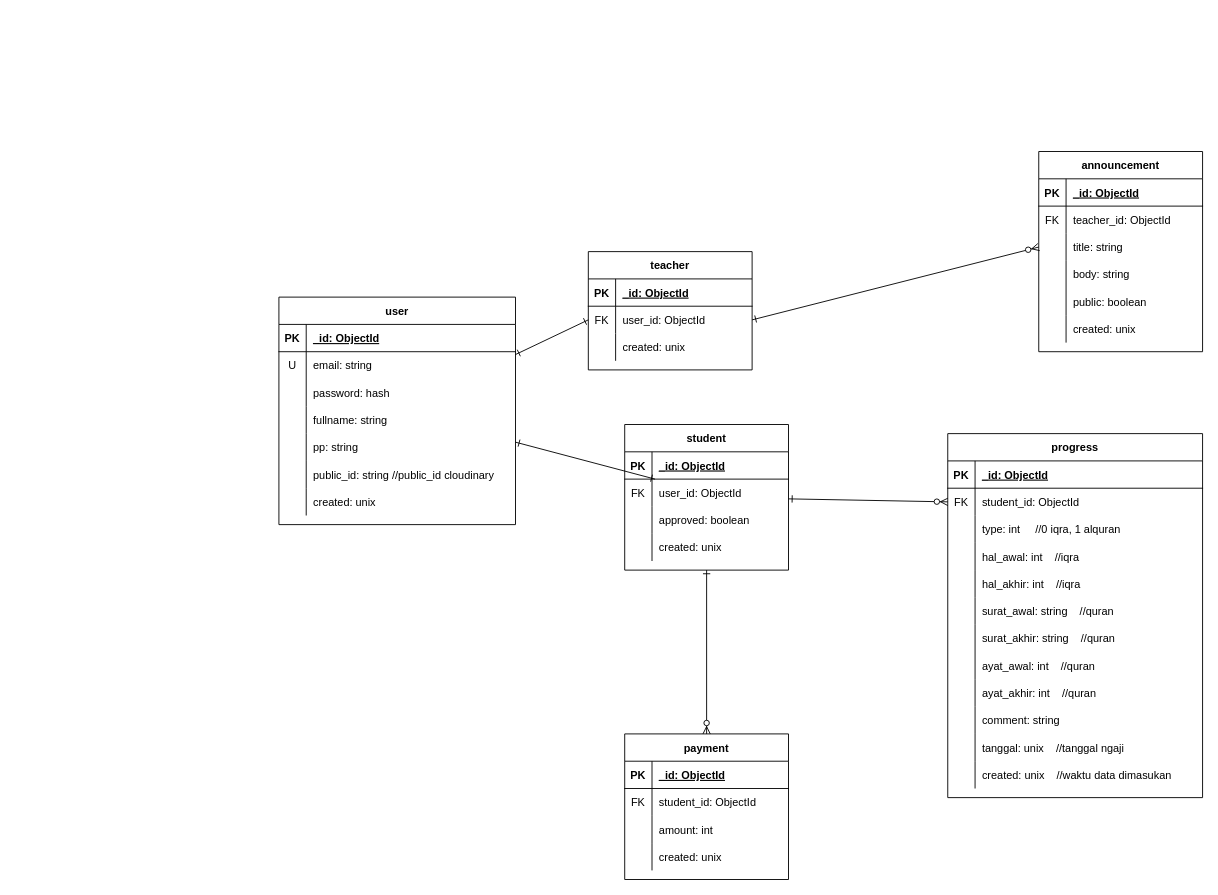
The draw.io diagram diagram/SIPEMA ERD.drawio in FarhanHP/SIPEMA, before the edit. Source tidied: cells renumbered, new cells numbered last; positions are measured from the earlier drawing's top-left corner, leaving out a move shared by most shapes. Both pictures are drawn from the tidied source at 91%, with x=0, y=0 at pixel (278, 151).
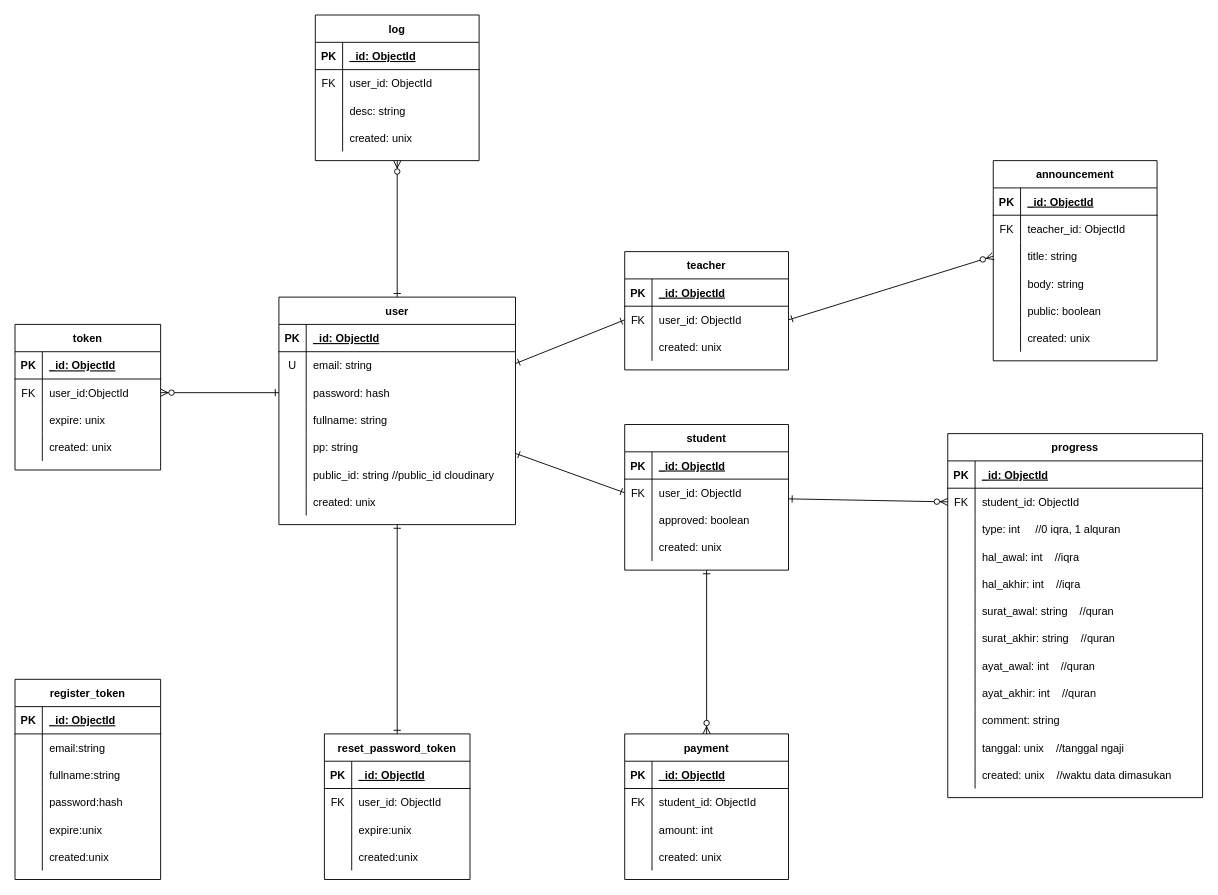
The same page after the edit.

The change refers to these unchanged cells:
```xml
<mxCell id="4" value="user" style="shape=table;startSize=30;childLayout=tableLayout;rowLines=0;fontStyle=1;align=center;" parent="1" vertex="1">
  <mxGeometry y="160" width="260" height="250" as="geometry" />
</mxCell>
<mxCell id="11" style="shape=partialRectangle;fillColor=none;top=0;left=0;bottom=0;right=0;points=[[0,0.5],[1,0.5]];portConstraint=eastwest;" parent="4" vertex="1">
  <mxGeometry y="90" width="260" height="30" as="geometry" />
</mxCell>
<mxCell id="42" style="shape=partialRectangle;fillColor=none;top=0;left=0;bottom=0;right=0;points=[[0,0.5],[1,0.5]];portConstraint=eastwest;" parent="38" vertex="1">
  <mxGeometry y="60" width="180" height="30" as="geometry" />
</mxCell>
```

What changed in the source:
```diff
@@
-    <mxCell id="3" style="rounded=0;jettySize=auto;html=1;startArrow=ERone;startFill=0;endArrow=ERone;endFill=0;" parent="1" edge="1" source="4" target="42">
+    <mxCell id="3" style="rounded=0;jettySize=auto;html=1;startArrow=ERone;startFill=0;endArrow=ERone;endFill=0;entryX=0;entryY=0.5;entryDx=0;entryDy=0;" parent="1" edge="1" source="4" target="42">
       <mxGeometry relative="1" as="geometry" />
     </mxCell>
+    <mxCell id="121" style="edgeStyle=orthogonalEdgeStyle;rounded=0;jettySize=auto;html=1;entryX=0.5;entryY=1;entryDx=0;entryDy=0;startArrow=ERone;startFill=0;endArrow=ERzeroToMany;endFill=1;" parent="1" edge="1" source="4" target="124">
+      <mxGeometry relative="1" as="geometry" />
+    </mxCell>
+    <mxCell id="122" style="edgeStyle=orthogonalEdgeStyle;rounded=0;jettySize=auto;html=1;entryX=1;entryY=0.5;entryDx=0;entryDy=0;startArrow=ERone;startFill=0;endArrow=ERzeroToMany;endFill=1;exitX=0;exitY=0.5;exitDx=0;exitDy=0;" parent="1" edge="1" source="11" target="141">
+      <mxGeometry relative="1" as="geometry" />
+    </mxCell>
+    <mxCell id="123" style="edgeStyle=orthogonalEdgeStyle;rounded=0;jettySize=auto;html=1;entryX=0.5;entryY=0;entryDx=0;entryDy=0;startArrow=ERone;startFill=0;endArrow=ERone;endFill=0;" parent="1" edge="1" source="4" target="169">
+      <mxGeometry relative="1" as="geometry" />
+    </mxCell>
@@
     <mxCell id="27" value="teacher" style="shape=table;startSize=30;childLayout=tableLayout;rowLines=0;fontStyle=1;align=center;" parent="1" vertex="1">
-      <mxGeometry x="340" y="110" width="180" height="130" as="geometry" />
+      <mxGeometry x="380" y="110" width="180" height="130" as="geometry" />
     </mxCell>
@@
     <mxCell id="51" value="announcement" style="shape=table;startSize=30;childLayout=tableLayout;rowLines=0;fontStyle=1;align=center;" parent="1" vertex="1">
-      <mxGeometry x="835" width="180" height="220" as="geometry" />
+      <mxGeometry x="785" y="10" width="180" height="220" as="geometry" />
     </mxCell>
@@
+    <mxCell id="124" value="log" style="shape=table;startSize=30;childLayout=tableLayout;rowLines=0;fontStyle=1;align=center;" parent="1" vertex="1">
+      <mxGeometry x="40" y="-150" width="180" height="160" as="geometry" />
+    </mxCell>
+    <mxCell id="125" style="shape=partialRectangle;fillColor=none;top=0;left=0;bottom=1;right=0;" parent="124" vertex="1">
+      <mxGeometry y="30" width="180" height="30" as="geometry" />
+    </mxCell>
+    <mxCell id="126" value="PK" style="shape=partialRectangle;fillColor=none;top=0;left=0;bottom=0;right=0;fontStyle=1;overflow=hidden;" parent="125" vertex="1">
+      <mxGeometry width="30" height="30" as="geometry" />
+    </mxCell>
+    <mxCell id="127" value="_id: ObjectId" style="shape=partialRectangle;fillColor=none;top=0;left=0;bottom=0;right=0;align=left;spacingLeft=6;fontStyle=5;overflow=hidden;" parent="125" vertex="1">
+      <mxGeometry x="30" width="150" height="30" as="geometry" />
+    </mxCell>
+    <mxCell id="128" style="shape=partialRectangle;fillColor=none;top=0;left=0;bottom=0;right=0;" parent="124" vertex="1">
+      <mxGeometry y="60" width="180" height="30" as="geometry" />
+    </mxCell>
+    <mxCell id="129" value="FK" style="shape=partialRectangle;fillColor=none;top=0;left=0;bottom=0;right=0;overflow=hidden;" parent="128" vertex="1">
+      <mxGeometry width="30" height="30" as="geometry" />
+    </mxCell>
+    <mxCell id="130" value="user_id: ObjectId" style="shape=partialRectangle;fillColor=none;top=0;left=0;bottom=0;right=0;align=left;spacingLeft=6;overflow=hidden;" parent="128" vertex="1">
+      <mxGeometry x="30" width="150" height="30" as="geometry" />
+    </mxCell>
+    <mxCell id="131" style="shape=partialRectangle;fillColor=none;top=0;left=0;bottom=0;right=0;" parent="124" vertex="1">
+      <mxGeometry y="90" width="180" height="30" as="geometry" />
+    </mxCell>
+    <mxCell id="132" style="shape=partialRectangle;fillColor=none;top=0;left=0;bottom=0;right=0;overflow=hidden;" parent="131" vertex="1">
+      <mxGeometry width="30" height="30" as="geometry" />
+    </mxCell>
+    <mxCell id="133" value="desc: string" style="shape=partialRectangle;fillColor=none;top=0;left=0;bottom=0;right=0;align=left;spacingLeft=6;overflow=hidden;" parent="131" vertex="1">
+      <mxGeometry x="30" width="150" height="30" as="geometry" />
+    </mxCell>
+    <mxCell id="134" style="shape=partialRectangle;fillColor=none;top=0;left=0;bottom=0;right=0;" parent="124" vertex="1">
+      <mxGeometry y="120" width="180" height="30" as="geometry" />
+    </mxCell>
+    <mxCell id="135" style="shape=partialRectangle;fillColor=none;top=0;left=0;bottom=0;right=0;overflow=hidden;" parent="134" vertex="1">
+      <mxGeometry width="30" height="30" as="geometry" />
+    </mxCell>
+    <mxCell id="136" value="created: unix" style="shape=partialRectangle;fillColor=none;top=0;left=0;bottom=0;right=0;align=left;spacingLeft=6;overflow=hidden;" parent="134" vertex="1">
+      <mxGeometry x="30" width="150" height="30" as="geometry" />
+    </mxCell>
+    <mxCell id="137" value="token" style="shape=table;startSize=30;childLayout=tableLayout;rowLines=0;fontStyle=1;align=center;" parent="1" vertex="1">
+      <mxGeometry x="-290" y="190" width="160" height="160" as="geometry" />
+    </mxCell>
+    <mxCell id="138" style="shape=partialRectangle;fillColor=none;top=0;left=0;bottom=1;right=0;" parent="137" vertex="1">
+      <mxGeometry y="30" width="160" height="30" as="geometry" />
+    </mxCell>
+    <mxCell id="139" value="PK" style="shape=partialRectangle;fillColor=none;top=0;left=0;bottom=0;right=0;fontStyle=1;overflow=hidden;" parent="138" vertex="1">
+      <mxGeometry width="30" height="30" as="geometry" />
+    </mxCell>
+    <mxCell id="140" value="_id: ObjectId" style="shape=partialRectangle;fillColor=none;top=0;left=0;bottom=0;right=0;align=left;spacingLeft=6;fontStyle=5;overflow=hidden;" parent="138" vertex="1">
+      <mxGeometry x="30" width="130" height="30" as="geometry" />
+    </mxCell>
+    <mxCell id="141" style="shape=partialRectangle;fillColor=none;top=0;left=0;bottom=0;right=0;points=[[0,0.5],[1,0.5]];portConstraint=eastwest;" parent="137" vertex="1">
+      <mxGeometry y="60" width="160" height="30" as="geometry" />
+    </mxCell>
+    <mxCell id="142" value="FK" style="shape=partialRectangle;fillColor=none;top=0;left=0;bottom=0;right=0;overflow=hidden;" parent="141" vertex="1">
+      <mxGeometry width="30" height="30" as="geometry" />
+    </mxCell>
+    <mxCell id="143" value="user_id:ObjectId" style="shape=partialRectangle;fillColor=none;top=0;left=0;bottom=0;right=0;align=left;spacingLeft=6;overflow=hidden;" parent="141" vertex="1">
+      <mxGeometry x="30" width="130" height="30" as="geometry" />
+    </mxCell>
+    <mxCell id="144" style="shape=partialRectangle;fillColor=none;top=0;left=0;bottom=0;right=0;" parent="137" vertex="1">
+      <mxGeometry y="90" width="160" height="30" as="geometry" />
+    </mxCell>
+    <mxCell id="145" style="shape=partialRectangle;fillColor=none;top=0;left=0;bottom=0;right=0;overflow=hidden;" parent="144" vertex="1">
+      <mxGeometry width="30" height="30" as="geometry" />
+    </mxCell>
+    <mxCell id="146" value="expire: unix" style="shape=partialRectangle;fillColor=none;top=0;left=0;bottom=0;right=0;align=left;spacingLeft=6;overflow=hidden;" parent="144" vertex="1">
+      <mxGeometry x="30" width="130" height="30" as="geometry" />
+    </mxCell>
+    <mxCell id="147" style="shape=partialRectangle;fillColor=none;top=0;left=0;bottom=0;right=0;" parent="137" vertex="1">
+      <mxGeometry y="120" width="160" height="30" as="geometry" />
+    </mxCell>
+    <mxCell id="148" style="shape=partialRectangle;fillColor=none;top=0;left=0;bottom=0;right=0;overflow=hidden;" parent="147" vertex="1">
+      <mxGeometry width="30" height="30" as="geometry" />
+    </mxCell>
+    <mxCell id="149" value="created: unix" style="shape=partialRectangle;fillColor=none;top=0;left=0;bottom=0;right=0;align=left;spacingLeft=6;overflow=hidden;" parent="147" vertex="1">
+      <mxGeometry x="30" width="130" height="30" as="geometry" />
+    </mxCell>
+    <mxCell id="150" value="register_token" style="shape=table;startSize=30;childLayout=tableLayout;rowLines=0;fontStyle=1;align=center;" parent="1" vertex="1">
+      <mxGeometry x="-290" y="580" width="160" height="220" as="geometry" />
+    </mxCell>
+    <mxCell id="151" style="shape=partialRectangle;fillColor=none;top=0;left=0;bottom=1;right=0;" parent="150" vertex="1">
+      <mxGeometry y="30" width="160" height="30" as="geometry" />
+    </mxCell>
+    <mxCell id="152" value="PK" style="shape=partialRectangle;fillColor=none;top=0;left=0;bottom=0;right=0;fontStyle=1;overflow=hidden;" parent="151" vertex="1">
+      <mxGeometry width="30" height="30" as="geometry" />
+    </mxCell>
+    <mxCell id="153" value="_id: ObjectId" style="shape=partialRectangle;fillColor=none;top=0;left=0;bottom=0;right=0;align=left;spacingLeft=6;fontStyle=5;overflow=hidden;" parent="151" vertex="1">
+      <mxGeometry x="30" width="130" height="30" as="geometry" />
+    </mxCell>
+    <mxCell id="154" style="shape=partialRectangle;fillColor=none;top=0;left=0;bottom=0;right=0;" parent="150" vertex="1">
+      <mxGeometry y="60" width="160" height="30" as="geometry" />
+    </mxCell>
+    <mxCell id="155" style="shape=partialRectangle;fillColor=none;top=0;left=0;bottom=0;right=0;overflow=hidden;" parent="154" vertex="1">
+      <mxGeometry width="30" height="30" as="geometry" />
+    </mxCell>
+    <mxCell id="156" value="email:string" style="shape=partialRectangle;fillColor=none;top=0;left=0;bottom=0;right=0;align=left;spacingLeft=6;overflow=hidden;" parent="154" vertex="1">
+      <mxGeometry x="30" width="130" height="30" as="geometry" />
+    </mxCell>
+    <mxCell id="157" style="shape=partialRectangle;fillColor=none;top=0;left=0;bottom=0;right=0;" parent="150" vertex="1">
+      <mxGeometry y="90" width="160" height="30" as="geometry" />
+    </mxCell>
+    <mxCell id="158" style="shape=partialRectangle;fillColor=none;top=0;left=0;bottom=0;right=0;overflow=hidden;" parent="157" vertex="1">
+      <mxGeometry width="30" height="30" as="geometry" />
+    </mxCell>
+    <mxCell id="159" value="fullname:string" style="shape=partialRectangle;fillColor=none;top=0;left=0;bottom=0;right=0;align=left;spacingLeft=6;overflow=hidden;" parent="157" vertex="1">
+      <mxGeometry x="30" width="130" height="30" as="geometry" />
+    </mxCell>
+    <mxCell id="160" style="shape=partialRectangle;fillColor=none;top=0;left=0;bottom=0;right=0;" parent="150" vertex="1">
+      <mxGeometry y="120" width="160" height="30" as="geometry" />
+    </mxCell>
+    <mxCell id="161" style="shape=partialRectangle;fillColor=none;top=0;left=0;bottom=0;right=0;overflow=hidden;" parent="160" vertex="1">
+      <mxGeometry width="30" height="30" as="geometry" />
+    </mxCell>
+    <mxCell id="162" value="password:hash" style="shape=partialRectangle;fillColor=none;top=0;left=0;bottom=0;right=0;align=left;spacingLeft=6;overflow=hidden;" parent="160" vertex="1">
+      <mxGeometry x="30" width="130" height="30" as="geometry" />
+    </mxCell>
+    <mxCell id="163" style="shape=partialRectangle;fillColor=none;top=0;left=0;bottom=0;right=0;" parent="150" vertex="1">
+      <mxGeometry y="150" width="160" height="30" as="geometry" />
+    </mxCell>
+    <mxCell id="164" style="shape=partialRectangle;fillColor=none;top=0;left=0;bottom=0;right=0;overflow=hidden;" parent="163" vertex="1">
+      <mxGeometry width="30" height="30" as="geometry" />
+    </mxCell>
+    <mxCell id="165" value="expire:unix" style="shape=partialRectangle;fillColor=none;top=0;left=0;bottom=0;right=0;align=left;spacingLeft=6;overflow=hidden;" parent="163" vertex="1">
+      <mxGeometry x="30" width="130" height="30" as="geometry" />
+    </mxCell>
+    <mxCell id="166" style="shape=partialRectangle;fillColor=none;top=0;left=0;bottom=0;right=0;" parent="150" vertex="1">
+      <mxGeometry y="180" width="160" height="30" as="geometry" />
+    </mxCell>
+    <mxCell id="167" style="shape=partialRectangle;fillColor=none;top=0;left=0;bottom=0;right=0;overflow=hidden;" parent="166" vertex="1">
+      <mxGeometry width="30" height="30" as="geometry" />
+    </mxCell>
+    <mxCell id="168" value="created:unix" style="shape=partialRectangle;fillColor=none;top=0;left=0;bottom=0;right=0;align=left;spacingLeft=6;overflow=hidden;" parent="166" vertex="1">
+      <mxGeometry x="30" width="130" height="30" as="geometry" />
+    </mxCell>
+    <mxCell id="169" value="reset_password_token" style="shape=table;startSize=30;childLayout=tableLayout;rowLines=0;fontStyle=1;align=center;" parent="1" vertex="1">
+      <mxGeometry x="50" y="640" width="160" height="160" as="geometry" />
+    </mxCell>
+    <mxCell id="170" style="shape=partialRectangle;fillColor=none;top=0;left=0;bottom=1;right=0;" parent="169" vertex="1">
+      <mxGeometry y="30" width="160" height="30" as="geometry" />
+    </mxCell>
+    <mxCell id="171" value="PK" style="shape=partialRectangle;fillColor=none;top=0;left=0;bottom=0;right=0;fontStyle=1;overflow=hidden;" parent="170" vertex="1">
+      <mxGeometry width="30" height="30" as="geometry" />
+    </mxCell>
+    <mxCell id="172" value="_id: ObjectId" style="shape=partialRectangle;fillColor=none;top=0;left=0;bottom=0;right=0;align=left;spacingLeft=6;fontStyle=5;overflow=hidden;" parent="170" vertex="1">
+      <mxGeometry x="30" width="130" height="30" as="geometry" />
+    </mxCell>
+    <mxCell id="173" style="shape=partialRectangle;fillColor=none;top=0;left=0;bottom=0;right=0;" parent="169" vertex="1">
+      <mxGeometry y="60" width="160" height="30" as="geometry" />
+    </mxCell>
+    <mxCell id="174" value="FK" style="shape=partialRectangle;fillColor=none;top=0;left=0;bottom=0;right=0;overflow=hidden;" parent="173" vertex="1">
+      <mxGeometry width="30" height="30" as="geometry" />
+    </mxCell>
+    <mxCell id="175" value="user_id: ObjectId" style="shape=partialRectangle;fillColor=none;top=0;left=0;bottom=0;right=0;align=left;spacingLeft=6;overflow=hidden;" parent="173" vertex="1">
+      <mxGeometry x="30" width="130" height="30" as="geometry" />
+    </mxCell>
+    <mxCell id="176" style="shape=partialRectangle;fillColor=none;top=0;left=0;bottom=0;right=0;" parent="169" vertex="1">
+      <mxGeometry y="90" width="160" height="30" as="geometry" />
+    </mxCell>
+    <mxCell id="177" style="shape=partialRectangle;fillColor=none;top=0;left=0;bottom=0;right=0;overflow=hidden;" parent="176" vertex="1">
+      <mxGeometry width="30" height="30" as="geometry" />
+    </mxCell>
+    <mxCell id="178" value="expire:unix" style="shape=partialRectangle;fillColor=none;top=0;left=0;bottom=0;right=0;align=left;spacingLeft=6;overflow=hidden;" parent="176" vertex="1">
+      <mxGeometry x="30" width="130" height="30" as="geometry" />
+    </mxCell>
+    <mxCell id="179" style="shape=partialRectangle;fillColor=none;top=0;left=0;bottom=0;right=0;" parent="169" vertex="1">
+      <mxGeometry y="120" width="160" height="30" as="geometry" />
+    </mxCell>
+    <mxCell id="180" style="shape=partialRectangle;fillColor=none;top=0;left=0;bottom=0;right=0;overflow=hidden;" parent="179" vertex="1">
+      <mxGeometry width="30" height="30" as="geometry" />
+    </mxCell>
+    <mxCell id="181" value="created:unix" style="shape=partialRectangle;fillColor=none;top=0;left=0;bottom=0;right=0;align=left;spacingLeft=6;overflow=hidden;" parent="179" vertex="1">
+      <mxGeometry x="30" width="130" height="30" as="geometry" />
+    </mxCell>
```
